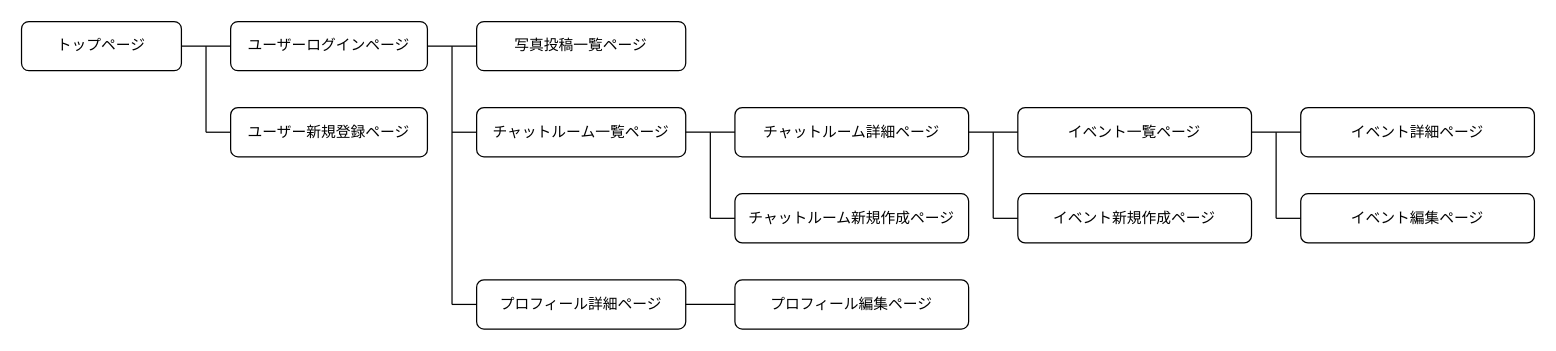
The draw.io diagram Screen Transition Diagram.dio in asuma3399/cycleconnect, before the edit. Source tidied: cells renumbered, new cells numbered last; positions are measured from the earlier drawing's top-left corner, leaving out a move shared by most shapes. Both pictures are drawn from the tidied source at 123%, with x=0, y=0 at pixel (21, 21).
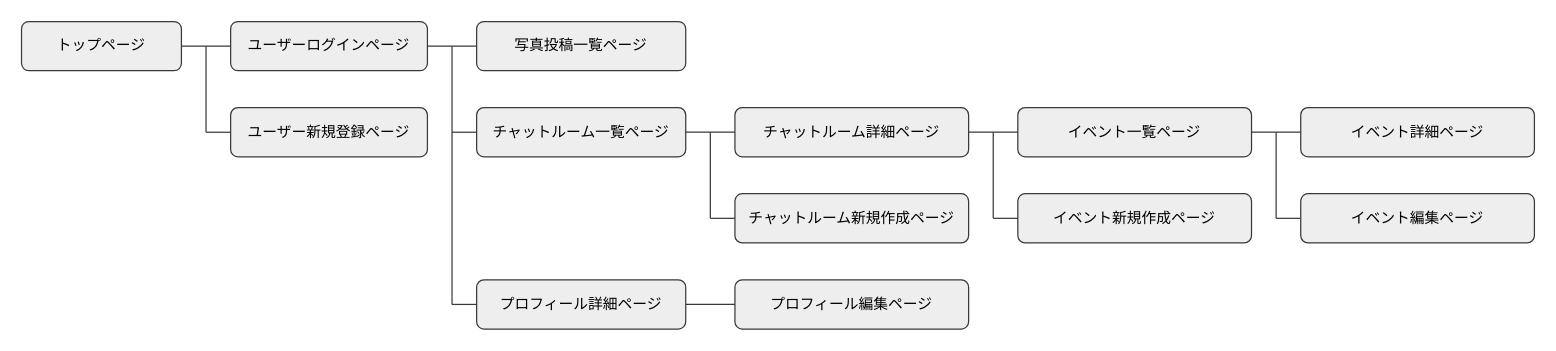
The same diagram, later.

Diff of the diagram source:
```diff
@@
-    <mxCell id="2" value="トップページ" style="rounded=1;whiteSpace=wrap;html=1;align=center;" parent="1" vertex="1">
+    <mxCell id="2" value="トップページ" style="rounded=1;whiteSpace=wrap;html=1;align=center;fillColor=#eeeeee;strokeColor=#36393d;fontColor=#000000;" parent="1" vertex="1">
       <mxGeometry width="130" height="40" as="geometry" />
     </mxCell>
-    <mxCell id="3" value="ユーザーログインページ" style="rounded=1;whiteSpace=wrap;html=1;align=center;" parent="1" vertex="1">
+    <mxCell id="3" value="ユーザーログインページ" style="rounded=1;whiteSpace=wrap;html=1;align=center;fillColor=#eeeeee;strokeColor=#36393d;fontColor=#000000;" parent="1" vertex="1">
       <mxGeometry x="170" width="160" height="40" as="geometry" />
     </mxCell>
-    <mxCell id="4" value="ユーザー新規登録ページ" style="rounded=1;whiteSpace=wrap;html=1;align=center;" parent="1" vertex="1">
+    <mxCell id="4" value="ユーザー新規登録ページ" style="rounded=1;whiteSpace=wrap;html=1;align=center;fillColor=#eeeeee;strokeColor=#36393d;fontColor=#000000;" parent="1" vertex="1">
       <mxGeometry x="170" y="70" width="160" height="40" as="geometry" />
     </mxCell>
-    <mxCell id="5" value="写真投稿一覧ページ" style="rounded=1;whiteSpace=wrap;html=1;align=center;" parent="1" vertex="1">
+    <mxCell id="5" value="写真投稿一覧ページ" style="rounded=1;whiteSpace=wrap;html=1;align=center;fillColor=#eeeeee;strokeColor=#36393d;fontColor=#000000;" parent="1" vertex="1">
       <mxGeometry x="370" width="170" height="40" as="geometry" />
     </mxCell>
-    <mxCell id="6" value="チャットルーム一覧ページ" style="rounded=1;whiteSpace=wrap;html=1;align=center;" parent="1" vertex="1">
+    <mxCell id="6" value="チャットルーム一覧ページ" style="rounded=1;whiteSpace=wrap;html=1;align=center;fillColor=#eeeeee;strokeColor=#36393d;fontColor=#000000;" parent="1" vertex="1">
       <mxGeometry x="370" y="70" width="170" height="40" as="geometry" />
     </mxCell>
-    <mxCell id="7" value="プロフィール詳細ページ" style="rounded=1;whiteSpace=wrap;html=1;align=center;" parent="1" vertex="1">
+    <mxCell id="7" value="プロフィール詳細ページ" style="rounded=1;whiteSpace=wrap;html=1;align=center;fillColor=#eeeeee;strokeColor=#36393d;fontColor=#000000;" parent="1" vertex="1">
       <mxGeometry x="370" y="210" width="170" height="40" as="geometry" />
     </mxCell>
-    <mxCell id="8" value="プロフィール編集ページ" style="rounded=1;whiteSpace=wrap;html=1;align=center;" parent="1" vertex="1">
+    <mxCell id="8" value="プロフィール編集ページ" style="rounded=1;whiteSpace=wrap;html=1;align=center;fillColor=#eeeeee;strokeColor=#36393d;fontColor=#000000;" parent="1" vertex="1">
       <mxGeometry x="580" y="210" width="190" height="40" as="geometry" />
     </mxCell>
-    <mxCell id="9" value="チャットルーム新規作成ページ" style="rounded=1;whiteSpace=wrap;html=1;align=center;" parent="1" vertex="1">
+    <mxCell id="9" value="チャットルーム新規作成ページ" style="rounded=1;whiteSpace=wrap;html=1;align=center;fillColor=#eeeeee;strokeColor=#36393d;fontColor=#000000;" parent="1" vertex="1">
       <mxGeometry x="580" y="140" width="190" height="40" as="geometry" />
     </mxCell>
-    <mxCell id="10" value="チャットルーム詳細ページ" style="rounded=1;whiteSpace=wrap;html=1;align=center;" parent="1" vertex="1">
+    <mxCell id="10" value="チャットルーム詳細ページ" style="rounded=1;whiteSpace=wrap;html=1;align=center;fillColor=#eeeeee;strokeColor=#36393d;fontColor=#000000;" parent="1" vertex="1">
       <mxGeometry x="580" y="70" width="190" height="40" as="geometry" />
     </mxCell>
-    <mxCell id="11" value="イベント一覧ページ" style="rounded=1;whiteSpace=wrap;html=1;align=center;" parent="1" vertex="1">
+    <mxCell id="11" value="イベント一覧ページ" style="rounded=1;whiteSpace=wrap;html=1;align=center;fillColor=#eeeeee;strokeColor=#36393d;fontColor=#000000;" parent="1" vertex="1">
       <mxGeometry x="810" y="70" width="190" height="40" as="geometry" />
     </mxCell>
-    <mxCell id="12" value="イベント新規作成ページ" style="rounded=1;whiteSpace=wrap;html=1;align=center;" parent="1" vertex="1">
+    <mxCell id="12" value="イベント新規作成ページ" style="rounded=1;whiteSpace=wrap;html=1;align=center;fillColor=#eeeeee;strokeColor=#36393d;fontColor=#000000;" parent="1" vertex="1">
       <mxGeometry x="810" y="140" width="190" height="40" as="geometry" />
     </mxCell>
-    <mxCell id="13" value="イベント詳細ページ" style="rounded=1;whiteSpace=wrap;html=1;align=center;" parent="1" vertex="1">
+    <mxCell id="13" value="イベント詳細ページ" style="rounded=1;whiteSpace=wrap;html=1;align=center;fillColor=#eeeeee;strokeColor=#36393d;fontColor=#000000;" parent="1" vertex="1">
       <mxGeometry x="1040" y="70" width="190" height="40" as="geometry" />
     </mxCell>
-    <mxCell id="14" value="イベント編集ページ" style="rounded=1;whiteSpace=wrap;html=1;align=center;" parent="1" vertex="1">
+    <mxCell id="14" value="イベント編集ページ" style="rounded=1;whiteSpace=wrap;html=1;align=center;fillColor=#eeeeee;strokeColor=#36393d;fontColor=#000000;" parent="1" vertex="1">
       <mxGeometry x="1040" y="140" width="190" height="40" as="geometry" />
     </mxCell>
-    <mxCell id="15" style="endArrow=none;html=1;exitX=1;exitY=0.5;exitDx=0;exitDy=0;entryX=0;entryY=0.5;entryDx=0;entryDy=0;" parent="1" edge="1" source="2" target="3">
+    <mxCell id="15" style="endArrow=none;html=1;exitX=1;exitY=0.5;exitDx=0;exitDy=0;entryX=0;entryY=0.5;entryDx=0;entryDy=0;fillColor=#eeeeee;strokeColor=#36393d;fontColor=#000000;" parent="1" edge="1" source="2" target="3">
       <mxGeometry relative="1" as="geometry" />
     </mxCell>
-    <mxCell id="16" style="endArrow=none;html=1;" parent="1" edge="1">
+    <mxCell id="16" style="endArrow=none;html=1;fillColor=#eeeeee;strokeColor=#36393d;fontColor=#000000;" parent="1" edge="1">
       <mxGeometry relative="1" as="geometry">
         <mxPoint x="150" y="90" as="sourcePoint" />
         <mxPoint x="150" y="20" as="targetPoint" />
       </mxGeometry>
     </mxCell>
-    <mxCell id="17" style="endArrow=none;html=1;entryX=0;entryY=0.5;entryDx=0;entryDy=0;" parent="1" edge="1" target="4">
+    <mxCell id="17" style="endArrow=none;html=1;entryX=0;entryY=0.5;entryDx=0;entryDy=0;fillColor=#eeeeee;strokeColor=#36393d;fontColor=#000000;" parent="1" edge="1" target="4">
       <mxGeometry relative="1" as="geometry">
         <mxPoint x="150" y="90" as="sourcePoint" />
       </mxGeometry>
     </mxCell>
-    <mxCell id="18" style="endArrow=none;html=1;exitX=1;exitY=0.5;exitDx=0;exitDy=0;entryX=0;entryY=0.5;entryDx=0;entryDy=0;" parent="1" edge="1" source="3" target="5">
+    <mxCell id="18" style="endArrow=none;html=1;exitX=1;exitY=0.5;exitDx=0;exitDy=0;entryX=0;entryY=0.5;entryDx=0;entryDy=0;fillColor=#eeeeee;strokeColor=#36393d;fontColor=#000000;" parent="1" edge="1" source="3" target="5">
       <mxGeometry relative="1" as="geometry" />
     </mxCell>
-    <mxCell id="19" style="endArrow=none;html=1;" parent="1" edge="1">
+    <mxCell id="19" style="endArrow=none;html=1;fillColor=#eeeeee;strokeColor=#36393d;fontColor=#000000;" parent="1" edge="1">
       <mxGeometry relative="1" as="geometry">
         <mxPoint x="350" y="230" as="sourcePoint" />
         <mxPoint x="350" y="20" as="targetPoint" />
       </mxGeometry>
     </mxCell>
-    <mxCell id="20" style="endArrow=none;html=1;entryX=0;entryY=0.5;entryDx=0;entryDy=0;" parent="1" edge="1" target="6">
+    <mxCell id="20" style="endArrow=none;html=1;entryX=0;entryY=0.5;entryDx=0;entryDy=0;fillColor=#eeeeee;strokeColor=#36393d;fontColor=#000000;" parent="1" edge="1" target="6">
       <mxGeometry relative="1" as="geometry">
         <mxPoint x="350" y="90" as="sourcePoint" />
       </mxGeometry>
     </mxCell>
-    <mxCell id="21" style="endArrow=none;html=1;entryX=0;entryY=0.5;entryDx=0;entryDy=0;" parent="1" edge="1" target="7">
+    <mxCell id="21" style="endArrow=none;html=1;entryX=0;entryY=0.5;entryDx=0;entryDy=0;fillColor=#eeeeee;strokeColor=#36393d;fontColor=#000000;" parent="1" edge="1" target="7">
       <mxGeometry relative="1" as="geometry">
         <mxPoint x="350" y="230" as="sourcePoint" />
       </mxGeometry>
     </mxCell>
-    <mxCell id="22" style="endArrow=none;html=1;exitX=1;exitY=0.5;exitDx=0;exitDy=0;" parent="1" edge="1" source="7" target="8">
+    <mxCell id="22" style="endArrow=none;html=1;exitX=1;exitY=0.5;exitDx=0;exitDy=0;fillColor=#eeeeee;strokeColor=#36393d;fontColor=#000000;" parent="1" edge="1" source="7" target="8">
       <mxGeometry relative="1" as="geometry" />
     </mxCell>
-    <mxCell id="23" style="endArrow=none;html=1;exitX=1;exitY=0.5;exitDx=0;exitDy=0;" parent="1" edge="1" source="6" target="10">
+    <mxCell id="23" style="endArrow=none;html=1;exitX=1;exitY=0.5;exitDx=0;exitDy=0;fillColor=#eeeeee;strokeColor=#36393d;fontColor=#000000;" parent="1" edge="1" source="6" target="10">
       <mxGeometry relative="1" as="geometry" />
     </mxCell>
-    <mxCell id="24" style="endArrow=none;html=1;" parent="1" edge="1">
+    <mxCell id="24" style="endArrow=none;html=1;fillColor=#eeeeee;strokeColor=#36393d;fontColor=#000000;" parent="1" edge="1">
       <mxGeometry relative="1" as="geometry">
         <mxPoint x="560" y="160" as="sourcePoint" />
         <mxPoint x="560" y="90" as="targetPoint" />
       </mxGeometry>
     </mxCell>
-    <mxCell id="25" style="endArrow=none;html=1;entryX=0;entryY=0.5;entryDx=0;entryDy=0;" parent="1" edge="1" target="9">
+    <mxCell id="25" style="endArrow=none;html=1;entryX=0;entryY=0.5;entryDx=0;entryDy=0;fillColor=#eeeeee;strokeColor=#36393d;fontColor=#000000;" parent="1" edge="1" target="9">
       <mxGeometry relative="1" as="geometry">
         <mxPoint x="560" y="160" as="sourcePoint" />
       </mxGeometry>
     </mxCell>
-    <mxCell id="26" style="endArrow=none;html=1;exitX=1;exitY=0.5;exitDx=0;exitDy=0;" parent="1" edge="1" source="10" target="11">
+    <mxCell id="26" style="endArrow=none;html=1;exitX=1;exitY=0.5;exitDx=0;exitDy=0;fillColor=#eeeeee;strokeColor=#36393d;fontColor=#000000;" parent="1" edge="1" source="10" target="11">
       <mxGeometry relative="1" as="geometry" />
     </mxCell>
-    <mxCell id="27" style="endArrow=none;html=1;" parent="1" edge="1">
+    <mxCell id="27" style="endArrow=none;html=1;fillColor=#eeeeee;strokeColor=#36393d;fontColor=#000000;" parent="1" edge="1">
       <mxGeometry relative="1" as="geometry">
         <mxPoint x="790" y="160" as="sourcePoint" />
         <mxPoint x="790" y="90" as="targetPoint" />
       </mxGeometry>
     </mxCell>
-    <mxCell id="28" style="endArrow=none;html=1;" parent="1" edge="1" target="12">
+    <mxCell id="28" style="endArrow=none;html=1;fillColor=#eeeeee;strokeColor=#36393d;fontColor=#000000;" parent="1" edge="1" target="12">
       <mxGeometry relative="1" as="geometry">
         <mxPoint x="790" y="160" as="sourcePoint" />
       </mxGeometry>
     </mxCell>
-    <mxCell id="29" style="endArrow=none;html=1;exitX=1;exitY=0.5;exitDx=0;exitDy=0;" parent="1" edge="1">
+    <mxCell id="29" style="endArrow=none;html=1;exitX=1;exitY=0.5;exitDx=0;exitDy=0;fillColor=#eeeeee;strokeColor=#36393d;fontColor=#000000;" parent="1" edge="1">
       <mxGeometry relative="1" as="geometry">
         <mxPoint x="1000" y="90" as="sourcePoint" />
         <mxPoint x="1040" y="90" as="targetPoint" />
       </mxGeometry>
     </mxCell>
-    <mxCell id="30" style="endArrow=none;html=1;" parent="1" edge="1">
+    <mxCell id="30" style="endArrow=none;html=1;fillColor=#eeeeee;strokeColor=#36393d;fontColor=#000000;" parent="1" edge="1">
       <mxGeometry relative="1" as="geometry">
         <mxPoint x="1020" y="160" as="sourcePoint" />
         <mxPoint x="1020" y="90" as="targetPoint" />
       </mxGeometry>
     </mxCell>
-    <mxCell id="31" style="endArrow=none;html=1;" parent="1" edge="1">
+    <mxCell id="31" style="endArrow=none;html=1;fillColor=#eeeeee;strokeColor=#36393d;fontColor=#000000;" parent="1" edge="1">
       <mxGeometry relative="1" as="geometry">
         <mxPoint x="1020" y="160" as="sourcePoint" />
         <mxPoint x="1040" y="160" as="targetPoint" />
       </mxGeometry>
     </mxCell>
```
